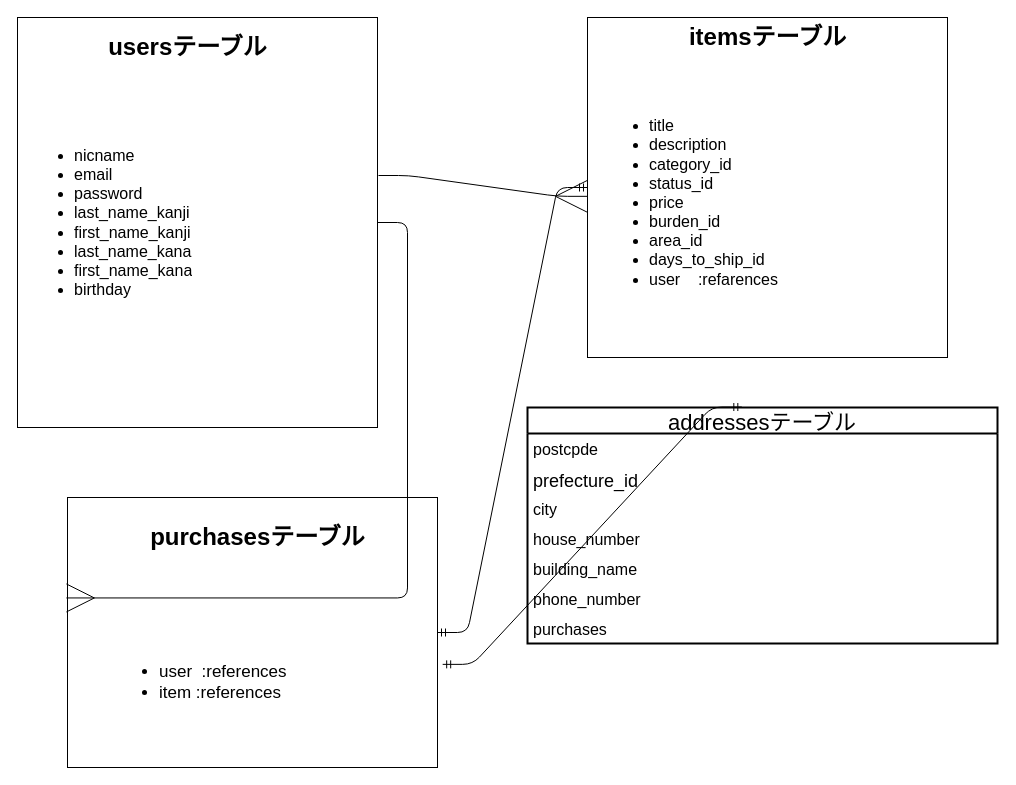
Earlier version of the draw.io diagram furima-30615.dio (k-suke555/furima-30615). Source tidied: cells renumbered, new cells numbered last; positions are measured from the earlier drawing's top-left corner, leaving out a move shared by most shapes. Both pictures are drawn from the tidied source at 100%, with x=0, y=0 at pixel (17, 17).
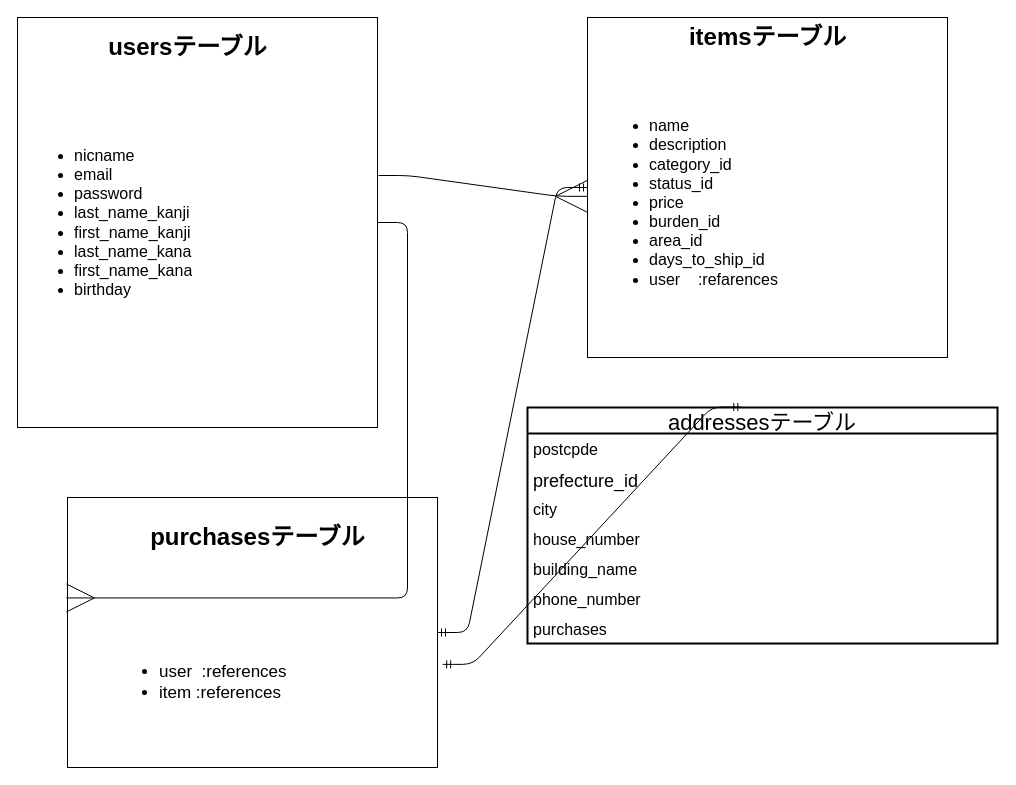
The same diagram, later.

What changed in the source:
```diff
@@
-    <mxCell id="7" value="&lt;ul style=&quot;font-size: 16px&quot;&gt;&lt;li&gt;title&lt;/li&gt;&lt;li&gt;description&lt;/li&gt;&lt;li&gt;category_id&lt;/li&gt;&lt;li&gt;status_id&lt;/li&gt;&lt;li&gt;price&lt;/li&gt;&lt;li&gt;burden_id&lt;/li&gt;&lt;li&gt;area_id&lt;/li&gt;&lt;li&gt;days_to_ship_id&lt;/li&gt;&lt;li&gt;user&amp;nbsp; &amp;nbsp; :refarences&amp;nbsp;&amp;nbsp;&lt;/li&gt;&lt;/ul&gt;" style="text;strokeColor=none;fillColor=none;html=1;whiteSpace=wrap;verticalAlign=middle;overflow=hidden;rounded=0;sketch=0;" parent="1" vertex="1">
+    <mxCell id="7" value="&lt;ul style=&quot;font-size: 16px&quot;&gt;&lt;li&gt;name&lt;/li&gt;&lt;li&gt;description&lt;/li&gt;&lt;li&gt;category_id&lt;/li&gt;&lt;li&gt;status_id&lt;/li&gt;&lt;li&gt;price&lt;/li&gt;&lt;li&gt;burden_id&lt;/li&gt;&lt;li&gt;area_id&lt;/li&gt;&lt;li&gt;days_to_ship_id&lt;/li&gt;&lt;li&gt;user&amp;nbsp; &amp;nbsp; :refarences&amp;nbsp;&amp;nbsp;&lt;/li&gt;&lt;/ul&gt;" style="text;strokeColor=none;fillColor=none;html=1;whiteSpace=wrap;verticalAlign=middle;overflow=hidden;rounded=0;sketch=0;" parent="1" vertex="1">
       <mxGeometry x="590" y="50" width="320" height="270" as="geometry" />
     </mxCell>
```
